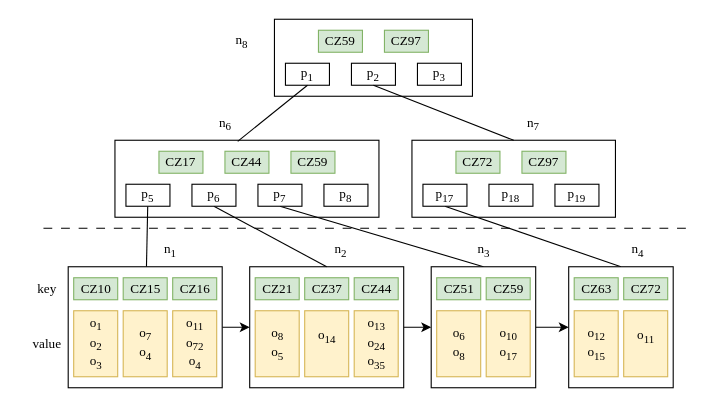
Before: page "3.6" (8 of 21) of 未命名绘图.drawio in jue73/7339, a draw.io diagram. Source tidied: cells renumbered, new cells numbered last; positions are measured from the earlier drawing's top-left corner, leaving out a move shared by most shapes. Both pictures are drawn from the tidied source at 110%, with x=0, y=0 at pixel (19, 19).
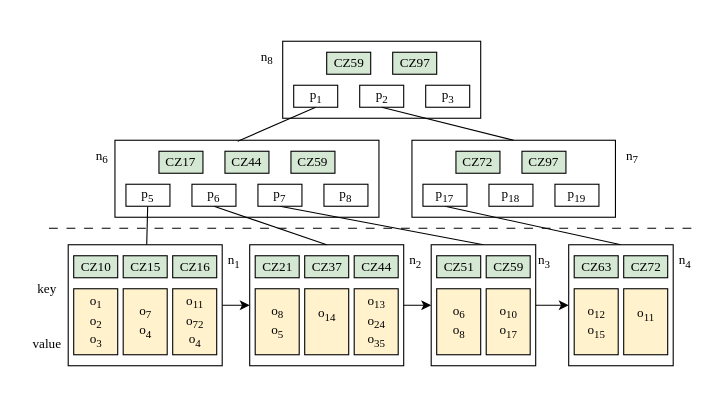
After the change.

The edit, as a diff of the source:
```diff
@@
     <mxCell id="3" style="rounded=0;whiteSpace=wrap;html=1;" parent="1" vertex="1">
-      <mxGeometry x="209.5" y="225" width="140" height="110" as="geometry" />
+      <mxGeometry x="209.5" y="205" width="140" height="110" as="geometry" />
     </mxCell>
@@
     <mxCell id="6" style="rounded=0;whiteSpace=wrap;html=1;" parent="1" vertex="1">
-      <mxGeometry x="232" width="180" height="70" as="geometry" />
+      <mxGeometry x="239.5" y="20" width="180" height="70" as="geometry" />
     </mxCell>
-    <mxCell id="7" value="&lt;font face=&quot;Times New Roman&quot;&gt;CZ59&lt;/font&gt;" style="rounded=0;whiteSpace=wrap;html=1;fillColor=#d5e8d4;strokeColor=#82b366;" parent="1" vertex="1">
-      <mxGeometry x="272" y="10" width="40" height="20" as="geometry" />
+    <mxCell id="7" value="&lt;font face=&quot;Times New Roman&quot;&gt;CZ59&lt;/font&gt;" style="rounded=0;whiteSpace=wrap;html=1;fillColor=#d5e8d4;strokeColor=#000000;" parent="1" vertex="1">
+      <mxGeometry x="279.5" y="30" width="40" height="20" as="geometry" />
     </mxCell>
-    <mxCell id="8" value="&lt;font face=&quot;Times New Roman&quot;&gt;CZ97&lt;/font&gt;" style="rounded=0;whiteSpace=wrap;html=1;fillColor=#d5e8d4;strokeColor=#82b366;" parent="1" vertex="1">
-      <mxGeometry x="332" y="10" width="40" height="20" as="geometry" />
+    <mxCell id="8" value="&lt;font face=&quot;Times New Roman&quot;&gt;CZ97&lt;/font&gt;" style="rounded=0;whiteSpace=wrap;html=1;fillColor=#d5e8d4;strokeColor=#000000;" parent="1" vertex="1">
+      <mxGeometry x="339.5" y="30" width="40" height="20" as="geometry" />
     </mxCell>
     <mxCell id="9" value="&lt;font face=&quot;Times New Roman&quot;&gt;p&lt;sub&gt;1&lt;/sub&gt;&lt;/font&gt;" style="rounded=0;whiteSpace=wrap;html=1;" parent="1" vertex="1">
-      <mxGeometry x="242" y="40" width="40" height="20" as="geometry" />
+      <mxGeometry x="249.5" y="60" width="40" height="20" as="geometry" />
     </mxCell>
     <mxCell id="10" value="&lt;font face=&quot;Times New Roman&quot;&gt;p&lt;sub&gt;2&lt;/sub&gt;&lt;/font&gt;" style="rounded=0;whiteSpace=wrap;html=1;" parent="1" vertex="1">
-      <mxGeometry x="302" y="40" width="40" height="20" as="geometry" />
+      <mxGeometry x="309.5" y="60" width="40" height="20" as="geometry" />
     </mxCell>
     <mxCell id="11" value="&lt;font face=&quot;Times New Roman&quot;&gt;p&lt;sub&gt;3&lt;/sub&gt;&lt;/font&gt;" style="rounded=0;whiteSpace=wrap;html=1;" parent="1" vertex="1">
-      <mxGeometry x="362" y="40" width="40" height="20" as="geometry" />
+      <mxGeometry x="369.5" y="60" width="40" height="20" as="geometry" />
     </mxCell>
-    <mxCell id="12" value="&lt;font face=&quot;Times New Roman&quot;&gt;CZ17&lt;/font&gt;" style="rounded=0;whiteSpace=wrap;html=1;fillColor=#d5e8d4;strokeColor=#82b366;" parent="1" vertex="1">
+    <mxCell id="12" value="&lt;font face=&quot;Times New Roman&quot;&gt;CZ17&lt;/font&gt;" style="rounded=0;whiteSpace=wrap;html=1;fillColor=#d5e8d4;strokeColor=#000000;" parent="1" vertex="1">
       <mxGeometry x="127" y="120" width="40" height="20" as="geometry" />
     </mxCell>
-    <mxCell id="13" value="&lt;font face=&quot;Times New Roman&quot;&gt;CZ44&lt;/font&gt;" style="rounded=0;whiteSpace=wrap;html=1;fillColor=#d5e8d4;strokeColor=#82b366;" parent="1" vertex="1">
+    <mxCell id="13" value="&lt;font face=&quot;Times New Roman&quot;&gt;CZ44&lt;/font&gt;" style="rounded=0;whiteSpace=wrap;html=1;fillColor=#d5e8d4;strokeColor=#000000;" parent="1" vertex="1">
       <mxGeometry x="187" y="120" width="40" height="20" as="geometry" />
     </mxCell>
-    <mxCell id="14" value="&lt;font face=&quot;Times New Roman&quot;&gt;CZ59&lt;/font&gt;" style="rounded=0;whiteSpace=wrap;html=1;fillColor=#d5e8d4;strokeColor=#82b366;" parent="1" vertex="1">
+    <mxCell id="14" value="&lt;font face=&quot;Times New Roman&quot;&gt;CZ59&lt;/font&gt;" style="rounded=0;whiteSpace=wrap;html=1;fillColor=#d5e8d4;strokeColor=#000000;" parent="1" vertex="1">
       <mxGeometry x="247" y="120" width="40" height="20" as="geometry" />
     </mxCell>
@@
-    <mxCell id="22" value="&lt;font face=&quot;Times New Roman&quot;&gt;CZ72&lt;/font&gt;" style="rounded=0;whiteSpace=wrap;html=1;fillColor=#d5e8d4;strokeColor=#82b366;" parent="1" vertex="1">
+    <mxCell id="22" value="&lt;font face=&quot;Times New Roman&quot;&gt;CZ72&lt;/font&gt;" style="rounded=0;whiteSpace=wrap;html=1;fillColor=#d5e8d4;strokeColor=#000000;" parent="1" vertex="1">
       <mxGeometry x="397" y="120" width="40" height="20" as="geometry" />
     </mxCell>
-    <mxCell id="23" value="&lt;font face=&quot;Times New Roman&quot;&gt;CZ97&lt;/font&gt;" style="rounded=0;whiteSpace=wrap;html=1;fillColor=#d5e8d4;strokeColor=#82b366;" parent="1" vertex="1">
+    <mxCell id="23" value="&lt;font face=&quot;Times New Roman&quot;&gt;CZ97&lt;/font&gt;" style="rounded=0;whiteSpace=wrap;html=1;fillColor=#d5e8d4;strokeColor=#000000;" parent="1" vertex="1">
       <mxGeometry x="457" y="120" width="40" height="20" as="geometry" />
     </mxCell>
@@
     <mxCell id="29" style="rounded=0;whiteSpace=wrap;html=1;" parent="1" vertex="1">
-      <mxGeometry x="44.5" y="225" width="140" height="110" as="geometry" />
+      <mxGeometry x="44.5" y="205" width="140" height="110" as="geometry" />
     </mxCell>
-    <mxCell id="30" value="&lt;font face=&quot;Times New Roman&quot;&gt;CZ10&lt;/font&gt;" style="rounded=0;whiteSpace=wrap;html=1;fillColor=#d5e8d4;strokeColor=#82b366;" parent="1" vertex="1">
-      <mxGeometry x="49.5" y="235" width="40" height="20" as="geometry" />
+    <mxCell id="30" value="&lt;font face=&quot;Times New Roman&quot;&gt;CZ10&lt;/font&gt;" style="rounded=0;whiteSpace=wrap;html=1;fillColor=#d5e8d4;strokeColor=#000000;" parent="1" vertex="1">
+      <mxGeometry x="49.5" y="215" width="40" height="20" as="geometry" />
     </mxCell>
-    <mxCell id="31" value="&lt;font face=&quot;Times New Roman&quot;&gt;o&lt;sub&gt;1&lt;/sub&gt;&lt;/font&gt;&lt;div&gt;&lt;font face=&quot;Times New Roman&quot;&gt;o&lt;sub style=&quot;&quot;&gt;2&lt;/sub&gt;&lt;/font&gt;&lt;/div&gt;&lt;div&gt;&lt;font face=&quot;Times New Roman&quot;&gt;o&lt;sub style=&quot;&quot;&gt;3&lt;/sub&gt;&lt;/font&gt;&lt;/div&gt;" style="rounded=0;whiteSpace=wrap;html=1;fillColor=#fff2cc;strokeColor=#d6b656;" parent="1" vertex="1">
-      <mxGeometry x="49.5" y="265" width="40" height="60" as="geometry" />
+    <mxCell id="31" value="&lt;font face=&quot;Times New Roman&quot;&gt;o&lt;sub&gt;1&lt;/sub&gt;&lt;/font&gt;&lt;div&gt;&lt;font face=&quot;Times New Roman&quot;&gt;o&lt;sub style=&quot;&quot;&gt;2&lt;/sub&gt;&lt;/font&gt;&lt;/div&gt;&lt;div&gt;&lt;font face=&quot;Times New Roman&quot;&gt;o&lt;sub style=&quot;&quot;&gt;3&lt;/sub&gt;&lt;/font&gt;&lt;/div&gt;" style="rounded=0;whiteSpace=wrap;html=1;fillColor=#fff2cc;strokeColor=#000000;" parent="1" vertex="1">
+      <mxGeometry x="49.5" y="245" width="40" height="60" as="geometry" />
     </mxCell>
-    <mxCell id="32" value="&lt;font face=&quot;Times New Roman&quot;&gt;CZ15&lt;/font&gt;" style="rounded=0;whiteSpace=wrap;html=1;fillColor=#d5e8d4;strokeColor=#82b366;" parent="1" vertex="1">
-      <mxGeometry x="94.5" y="235" width="40" height="20" as="geometry" />
+    <mxCell id="32" value="&lt;font face=&quot;Times New Roman&quot;&gt;CZ15&lt;/font&gt;" style="rounded=0;whiteSpace=wrap;html=1;fillColor=#d5e8d4;strokeColor=#000000;" parent="1" vertex="1">
+      <mxGeometry x="94.5" y="215" width="40" height="20" as="geometry" />
     </mxCell>
-    <mxCell id="33" value="&lt;font face=&quot;Times New Roman&quot;&gt;o&lt;sub&gt;7&lt;/sub&gt;&lt;/font&gt;&lt;div&gt;&lt;font face=&quot;Times New Roman&quot;&gt;o&lt;sub style=&quot;&quot;&gt;4&lt;/sub&gt;&lt;/font&gt;&lt;/div&gt;" style="rounded=0;whiteSpace=wrap;html=1;fillColor=#fff2cc;strokeColor=#d6b656;" parent="1" vertex="1">
-      <mxGeometry x="94.5" y="265" width="40" height="60" as="geometry" />
+    <mxCell id="33" value="&lt;font face=&quot;Times New Roman&quot;&gt;o&lt;sub&gt;7&lt;/sub&gt;&lt;/font&gt;&lt;div&gt;&lt;font face=&quot;Times New Roman&quot;&gt;o&lt;sub style=&quot;&quot;&gt;4&lt;/sub&gt;&lt;/font&gt;&lt;/div&gt;" style="rounded=0;whiteSpace=wrap;html=1;fillColor=#fff2cc;strokeColor=#000000;" parent="1" vertex="1">
+      <mxGeometry x="94.5" y="245" width="40" height="60" as="geometry" />
     </mxCell>
-    <mxCell id="34" value="&lt;font face=&quot;Times New Roman&quot;&gt;CZ16&lt;/font&gt;" style="rounded=0;whiteSpace=wrap;html=1;fillColor=#d5e8d4;strokeColor=#82b366;" parent="1" vertex="1">
-      <mxGeometry x="139.5" y="235" width="40" height="20" as="geometry" />
+    <mxCell id="34" value="&lt;font face=&quot;Times New Roman&quot;&gt;CZ16&lt;/font&gt;" style="rounded=0;whiteSpace=wrap;html=1;fillColor=#d5e8d4;strokeColor=#000000;" parent="1" vertex="1">
+      <mxGeometry x="139.5" y="215" width="40" height="20" as="geometry" />
     </mxCell>
-    <mxCell id="35" value="&lt;font face=&quot;Times New Roman&quot;&gt;o&lt;sub&gt;11&lt;/sub&gt;&lt;/font&gt;&lt;div&gt;&lt;font face=&quot;Times New Roman&quot;&gt;o&lt;sub&gt;72&lt;/sub&gt;&lt;/font&gt;&lt;/div&gt;&lt;div&gt;&lt;font face=&quot;Times New Roman&quot;&gt;o&lt;sub&gt;4&lt;/sub&gt;&lt;/font&gt;&lt;/div&gt;" style="rounded=0;whiteSpace=wrap;html=1;fillColor=#fff2cc;strokeColor=#d6b656;" parent="1" vertex="1">
-      <mxGeometry x="139.5" y="265" width="40" height="60" as="geometry" />
+    <mxCell id="35" value="&lt;font face=&quot;Times New Roman&quot;&gt;o&lt;sub&gt;11&lt;/sub&gt;&lt;/font&gt;&lt;div&gt;&lt;font face=&quot;Times New Roman&quot;&gt;o&lt;sub&gt;72&lt;/sub&gt;&lt;/font&gt;&lt;/div&gt;&lt;div&gt;&lt;font face=&quot;Times New Roman&quot;&gt;o&lt;sub&gt;4&lt;/sub&gt;&lt;/font&gt;&lt;/div&gt;" style="rounded=0;whiteSpace=wrap;html=1;fillColor=#fff2cc;strokeColor=#000000;" parent="1" vertex="1">
+      <mxGeometry x="139.5" y="245" width="40" height="60" as="geometry" />
     </mxCell>
-    <mxCell id="36" value="&lt;font face=&quot;Times New Roman&quot;&gt;CZ21&lt;/font&gt;" style="rounded=0;whiteSpace=wrap;html=1;fillColor=#d5e8d4;strokeColor=#82b366;" parent="1" vertex="1">
-      <mxGeometry x="214.5" y="235" width="40" height="20" as="geometry" />
+    <mxCell id="36" value="&lt;font face=&quot;Times New Roman&quot;&gt;CZ21&lt;/font&gt;" style="rounded=0;whiteSpace=wrap;html=1;fillColor=#d5e8d4;strokeColor=#000000;" parent="1" vertex="1">
+      <mxGeometry x="214.5" y="215" width="40" height="20" as="geometry" />
     </mxCell>
-    <mxCell id="37" value="&lt;font face=&quot;Times New Roman&quot;&gt;o&lt;sub&gt;14&lt;/sub&gt;&lt;/font&gt;&lt;div&gt;&lt;br&gt;&lt;/div&gt;" style="rounded=0;whiteSpace=wrap;html=1;fillColor=#fff2cc;strokeColor=#d6b656;" parent="1" vertex="1">
-      <mxGeometry x="259.5" y="265" width="40" height="60" as="geometry" />
+    <mxCell id="37" value="&lt;font face=&quot;Times New Roman&quot;&gt;o&lt;sub style=&quot;&quot;&gt;14&lt;/sub&gt;&lt;/font&gt;&lt;div&gt;&lt;br&gt;&lt;/div&gt;" style="rounded=0;whiteSpace=wrap;html=1;fillColor=#fff2cc;strokeColor=#000000;" parent="1" vertex="1">
+      <mxGeometry x="259.5" y="245" width="40" height="60" as="geometry" />
     </mxCell>
-    <mxCell id="38" value="&lt;font face=&quot;Times New Roman&quot;&gt;CZ37&lt;/font&gt;" style="rounded=0;whiteSpace=wrap;html=1;fillColor=#d5e8d4;strokeColor=#82b366;" parent="1" vertex="1">
-      <mxGeometry x="259.5" y="235" width="40" height="20" as="geometry" />
+    <mxCell id="38" value="&lt;font face=&quot;Times New Roman&quot;&gt;CZ37&lt;/font&gt;" style="rounded=0;whiteSpace=wrap;html=1;fillColor=#d5e8d4;strokeColor=#000000;" parent="1" vertex="1">
+      <mxGeometry x="259.5" y="215" width="40" height="20" as="geometry" />
     </mxCell>
-    <mxCell id="39" value="&lt;font face=&quot;Times New Roman&quot;&gt;o&lt;sub&gt;8&lt;/sub&gt;&lt;/font&gt;&lt;div&gt;&lt;font face=&quot;Times New Roman&quot;&gt;o&lt;sub&gt;5&lt;/sub&gt;&lt;/font&gt;&lt;/div&gt;" style="rounded=0;whiteSpace=wrap;html=1;fillColor=#fff2cc;strokeColor=#d6b656;" parent="1" vertex="1">
-      <mxGeometry x="214.5" y="265" width="40" height="60" as="geometry" />
+    <mxCell id="39" value="&lt;font face=&quot;Times New Roman&quot;&gt;o&lt;sub&gt;8&lt;/sub&gt;&lt;/font&gt;&lt;div&gt;&lt;font face=&quot;Times New Roman&quot;&gt;o&lt;sub&gt;5&lt;/sub&gt;&lt;/font&gt;&lt;/div&gt;" style="rounded=0;whiteSpace=wrap;html=1;fillColor=#fff2cc;strokeColor=#000000;" parent="1" vertex="1">
+      <mxGeometry x="214.5" y="245" width="40" height="60" as="geometry" />
     </mxCell>
-    <mxCell id="40" value="&lt;font face=&quot;Times New Roman&quot;&gt;CZ44&lt;/font&gt;" style="rounded=0;whiteSpace=wrap;html=1;fillColor=#d5e8d4;strokeColor=#82b366;" parent="1" vertex="1">
-      <mxGeometry x="304.5" y="235" width="40" height="20" as="geometry" />
+    <mxCell id="40" value="&lt;font face=&quot;Times New Roman&quot;&gt;CZ44&lt;/font&gt;" style="rounded=0;whiteSpace=wrap;html=1;fillColor=#d5e8d4;strokeColor=#000000;" parent="1" vertex="1">
+      <mxGeometry x="304.5" y="215" width="40" height="20" as="geometry" />
     </mxCell>
-    <mxCell id="41" value="&lt;font face=&quot;Times New Roman&quot;&gt;o&lt;sub&gt;13&lt;/sub&gt;&lt;/font&gt;&lt;div&gt;&lt;font face=&quot;Times New Roman&quot;&gt;o&lt;sub style=&quot;&quot;&gt;24&lt;/sub&gt;&lt;/font&gt;&lt;/div&gt;&lt;div&gt;&lt;font face=&quot;Times New Roman&quot;&gt;o&lt;sub style=&quot;&quot;&gt;35&lt;/sub&gt;&lt;/font&gt;&lt;/div&gt;" style="rounded=0;whiteSpace=wrap;html=1;fillColor=#fff2cc;strokeColor=#d6b656;" parent="1" vertex="1">
-      <mxGeometry x="304.5" y="265" width="40" height="60" as="geometry" />
+    <mxCell id="41" value="&lt;font face=&quot;Times New Roman&quot;&gt;o&lt;sub&gt;13&lt;/sub&gt;&lt;/font&gt;&lt;div&gt;&lt;font face=&quot;Times New Roman&quot;&gt;o&lt;sub style=&quot;&quot;&gt;24&lt;/sub&gt;&lt;/font&gt;&lt;/div&gt;&lt;div&gt;&lt;font face=&quot;Times New Roman&quot;&gt;o&lt;sub style=&quot;&quot;&gt;35&lt;/sub&gt;&lt;/font&gt;&lt;/div&gt;" style="rounded=0;whiteSpace=wrap;html=1;fillColor=#fff2cc;strokeColor=#000000;" parent="1" vertex="1">
+      <mxGeometry x="304.5" y="245" width="40" height="60" as="geometry" />
     </mxCell>
@@
     <mxCell id="47" style="rounded=0;whiteSpace=wrap;html=1;" parent="1" vertex="1">
-      <mxGeometry x="374.5" y="225" width="95" height="110" as="geometry" />
+      <mxGeometry x="374.5" y="205" width="95" height="110" as="geometry" />
     </mxCell>
-    <mxCell id="48" value="&lt;font face=&quot;Times New Roman&quot;&gt;CZ51&lt;/font&gt;" style="rounded=0;whiteSpace=wrap;html=1;fillColor=#d5e8d4;strokeColor=#82b366;" parent="1" vertex="1">
-      <mxGeometry x="379.5" y="235" width="40" height="20" as="geometry" />
+    <mxCell id="48" value="&lt;font face=&quot;Times New Roman&quot;&gt;CZ51&lt;/font&gt;" style="rounded=0;whiteSpace=wrap;html=1;fillColor=#d5e8d4;strokeColor=#000000;" parent="1" vertex="1">
+      <mxGeometry x="379.5" y="215" width="40" height="20" as="geometry" />
     </mxCell>
-    <mxCell id="49" value="&lt;font face=&quot;Times New Roman&quot;&gt;o&lt;sub&gt;10&lt;/sub&gt;&lt;/font&gt;&lt;div&gt;&lt;font face=&quot;Times New Roman&quot;&gt;o&lt;sub&gt;17&lt;/sub&gt;&lt;/font&gt;&lt;/div&gt;" style="rounded=0;whiteSpace=wrap;html=1;fillColor=#fff2cc;strokeColor=#d6b656;" parent="1" vertex="1">
-      <mxGeometry x="424.5" y="265" width="40" height="60" as="geometry" />
+    <mxCell id="49" value="&lt;font face=&quot;Times New Roman&quot;&gt;o&lt;sub&gt;10&lt;/sub&gt;&lt;/font&gt;&lt;div&gt;&lt;font face=&quot;Times New Roman&quot;&gt;o&lt;sub&gt;17&lt;/sub&gt;&lt;/font&gt;&lt;/div&gt;" style="rounded=0;whiteSpace=wrap;html=1;fillColor=#fff2cc;strokeColor=default;" parent="1" vertex="1">
+      <mxGeometry x="424.5" y="245" width="40" height="60" as="geometry" />
     </mxCell>
-    <mxCell id="50" value="&lt;font face=&quot;Times New Roman&quot;&gt;CZ59&lt;/font&gt;" style="rounded=0;whiteSpace=wrap;html=1;fillColor=#d5e8d4;strokeColor=#82b366;" parent="1" vertex="1">
-      <mxGeometry x="424.5" y="235" width="40" height="20" as="geometry" />
+    <mxCell id="50" value="&lt;font face=&quot;Times New Roman&quot;&gt;CZ59&lt;/font&gt;" style="rounded=0;whiteSpace=wrap;html=1;fillColor=#d5e8d4;strokeColor=#000000;" parent="1" vertex="1">
+      <mxGeometry x="424.5" y="215" width="40" height="20" as="geometry" />
     </mxCell>
-    <mxCell id="51" value="&lt;font face=&quot;Times New Roman&quot;&gt;o&lt;sub&gt;6&lt;/sub&gt;&lt;/font&gt;&lt;div&gt;&lt;font face=&quot;Times New Roman&quot;&gt;o&lt;sub&gt;8&lt;/sub&gt;&lt;/font&gt;&lt;/div&gt;" style="rounded=0;whiteSpace=wrap;html=1;fillColor=#fff2cc;strokeColor=#d6b656;" parent="1" vertex="1">
-      <mxGeometry x="379.5" y="265" width="40" height="60" as="geometry" />
+    <mxCell id="51" value="&lt;font face=&quot;Times New Roman&quot;&gt;o&lt;sub&gt;6&lt;/sub&gt;&lt;/font&gt;&lt;div&gt;&lt;font face=&quot;Times New Roman&quot;&gt;o&lt;sub&gt;8&lt;/sub&gt;&lt;/font&gt;&lt;/div&gt;" style="rounded=0;whiteSpace=wrap;html=1;fillColor=#fff2cc;strokeColor=default;" parent="1" vertex="1">
+      <mxGeometry x="379.5" y="245" width="40" height="60" as="geometry" />
     </mxCell>
     <mxCell id="52" style="rounded=0;whiteSpace=wrap;html=1;" parent="1" vertex="1">
-      <mxGeometry x="499.5" y="225" width="95" height="110" as="geometry" />
+      <mxGeometry x="499.5" y="205" width="95" height="110" as="geometry" />
     </mxCell>
-    <mxCell id="53" value="&lt;font face=&quot;Times New Roman&quot;&gt;CZ63&lt;/font&gt;" style="rounded=0;whiteSpace=wrap;html=1;fillColor=#d5e8d4;strokeColor=#82b366;" parent="1" vertex="1">
-      <mxGeometry x="504.5" y="235" width="40" height="20" as="geometry" />
+    <mxCell id="53" value="&lt;font face=&quot;Times New Roman&quot;&gt;CZ63&lt;/font&gt;" style="rounded=0;whiteSpace=wrap;html=1;fillColor=#d5e8d4;strokeColor=#000000;" parent="1" vertex="1">
+      <mxGeometry x="504.5" y="215" width="40" height="20" as="geometry" />
     </mxCell>
-    <mxCell id="54" value="&lt;font face=&quot;Times New Roman&quot;&gt;o&lt;sub&gt;11&lt;/sub&gt;&lt;/font&gt;&lt;div&gt;&lt;br&gt;&lt;/div&gt;" style="rounded=0;whiteSpace=wrap;html=1;fillColor=#fff2cc;strokeColor=#d6b656;" parent="1" vertex="1">
-      <mxGeometry x="549.5" y="265" width="40" height="60" as="geometry" />
+    <mxCell id="54" value="&lt;font face=&quot;Times New Roman&quot;&gt;o&lt;sub&gt;11&lt;/sub&gt;&lt;/font&gt;&lt;div&gt;&lt;br&gt;&lt;/div&gt;" style="rounded=0;whiteSpace=wrap;html=1;fillColor=#fff2cc;strokeColor=default;" parent="1" vertex="1">
+      <mxGeometry x="549.5" y="245" width="40" height="60" as="geometry" />
     </mxCell>
-    <mxCell id="55" value="&lt;font face=&quot;Times New Roman&quot;&gt;CZ72&lt;/font&gt;" style="rounded=0;whiteSpace=wrap;html=1;fillColor=#d5e8d4;strokeColor=#82b366;" parent="1" vertex="1">
-      <mxGeometry x="549.5" y="235" width="40" height="20" as="geometry" />
+    <mxCell id="55" value="&lt;font face=&quot;Times New Roman&quot;&gt;CZ72&lt;/font&gt;" style="rounded=0;whiteSpace=wrap;html=1;fillColor=#d5e8d4;strokeColor=#000000;" parent="1" vertex="1">
+      <mxGeometry x="549.5" y="215" width="40" height="20" as="geometry" />
     </mxCell>
-    <mxCell id="56" value="&lt;font face=&quot;Times New Roman&quot;&gt;o&lt;sub&gt;12&lt;/sub&gt;&lt;/font&gt;&lt;div&gt;&lt;font face=&quot;Times New Roman&quot;&gt;o&lt;sub style=&quot;&quot;&gt;15&lt;/sub&gt;&lt;/font&gt;&lt;/div&gt;" style="rounded=0;whiteSpace=wrap;html=1;fillColor=#fff2cc;strokeColor=#d6b656;" parent="1" vertex="1">
-      <mxGeometry x="504.5" y="265" width="40" height="60" as="geometry" />
+    <mxCell id="56" value="&lt;font face=&quot;Times New Roman&quot;&gt;o&lt;sub&gt;12&lt;/sub&gt;&lt;/font&gt;&lt;div&gt;&lt;font face=&quot;Times New Roman&quot;&gt;o&lt;sub style=&quot;&quot;&gt;15&lt;/sub&gt;&lt;/font&gt;&lt;/div&gt;" style="rounded=0;whiteSpace=wrap;html=1;fillColor=#fff2cc;strokeColor=default;" parent="1" vertex="1">
+      <mxGeometry x="504.5" y="245" width="40" height="60" as="geometry" />
     </mxCell>
     <mxCell id="57" value="&lt;font face=&quot;Times New Roman&quot;&gt;n&lt;sub&gt;3&lt;/sub&gt;&lt;/font&gt;" style="text;html=1;align=center;verticalAlign=middle;strokeColor=none;fillColor=none;" parent="1" vertex="1">
-      <mxGeometry x="407" y="195" width="30" height="30" as="geometry" />
+      <mxGeometry x="462" y="205" width="30" height="30" as="geometry" />
     </mxCell>
     <mxCell id="58" value="&lt;font face=&quot;Times New Roman&quot;&gt;n&lt;sub&gt;2&lt;/sub&gt;&lt;/font&gt;" style="text;html=1;align=center;verticalAlign=middle;strokeColor=none;fillColor=none;" parent="1" vertex="1">
-      <mxGeometry x="277" y="195" width="30" height="30" as="geometry" />
+      <mxGeometry x="344.5" y="205" width="30" height="30" as="geometry" />
     </mxCell>
     <mxCell id="59" value="&lt;font face=&quot;Times New Roman&quot;&gt;n&lt;sub&gt;1&lt;/sub&gt;&lt;/font&gt;" style="text;html=1;align=center;verticalAlign=middle;strokeColor=none;fillColor=none;" parent="1" vertex="1">
-      <mxGeometry x="122" y="195" width="30" height="30" as="geometry" />
+      <mxGeometry x="179.5" y="205" width="30" height="30" as="geometry" />
     </mxCell>
     <mxCell id="60" value="&lt;font face=&quot;Times New Roman&quot;&gt;n&lt;sub&gt;7&lt;/sub&gt;&lt;/font&gt;" style="text;html=1;align=center;verticalAlign=middle;strokeColor=none;fillColor=none;" parent="1" vertex="1">
-      <mxGeometry x="452" y="80" width="30" height="30" as="geometry" />
+      <mxGeometry x="542" y="110" width="30" height="30" as="geometry" />
     </mxCell>
     <mxCell id="61" value="&lt;font face=&quot;Times New Roman&quot;&gt;n&lt;sub&gt;6&lt;/sub&gt;&lt;/font&gt;" style="text;html=1;align=center;verticalAlign=middle;strokeColor=none;fillColor=none;" parent="1" vertex="1">
-      <mxGeometry x="172" y="80" width="30" height="30" as="geometry" />
+      <mxGeometry x="59.5" y="110" width="30" height="30" as="geometry" />
     </mxCell>
     <mxCell id="62" value="&lt;font face=&quot;Times New Roman&quot;&gt;n&lt;sub&gt;8&lt;/sub&gt;&lt;/font&gt;" style="text;html=1;align=center;verticalAlign=middle;strokeColor=none;fillColor=none;" parent="1" vertex="1">
-      <mxGeometry x="187" y="5" width="30" height="30" as="geometry" />
+      <mxGeometry x="209.5" y="20" width="30" height="30" as="geometry" />
     </mxCell>
     <mxCell id="63" value="&lt;font face=&quot;Times New Roman&quot;&gt;n&lt;sub&gt;4&lt;/sub&gt;&lt;/font&gt;" style="text;html=1;align=center;verticalAlign=middle;strokeColor=none;fillColor=none;" parent="1" vertex="1">
-      <mxGeometry x="547" y="195" width="30" height="30" as="geometry" />
+      <mxGeometry x="589.5" y="205" width="30" height="30" as="geometry" />
     </mxCell>
     <mxCell id="64" style="endArrow=none;dashed=1;html=1;rounded=0;dashPattern=8 8;" parent="1" edge="1">
       <mxGeometry relative="1" as="geometry">
-        <mxPoint x="22" y="190" as="sourcePoint" />
-        <mxPoint x="612" y="190" as="targetPoint" />
+        <mxPoint x="27" y="190" as="sourcePoint" />
+        <mxPoint x="617" y="190" as="targetPoint" />
       </mxGeometry>
     </mxCell>
```
